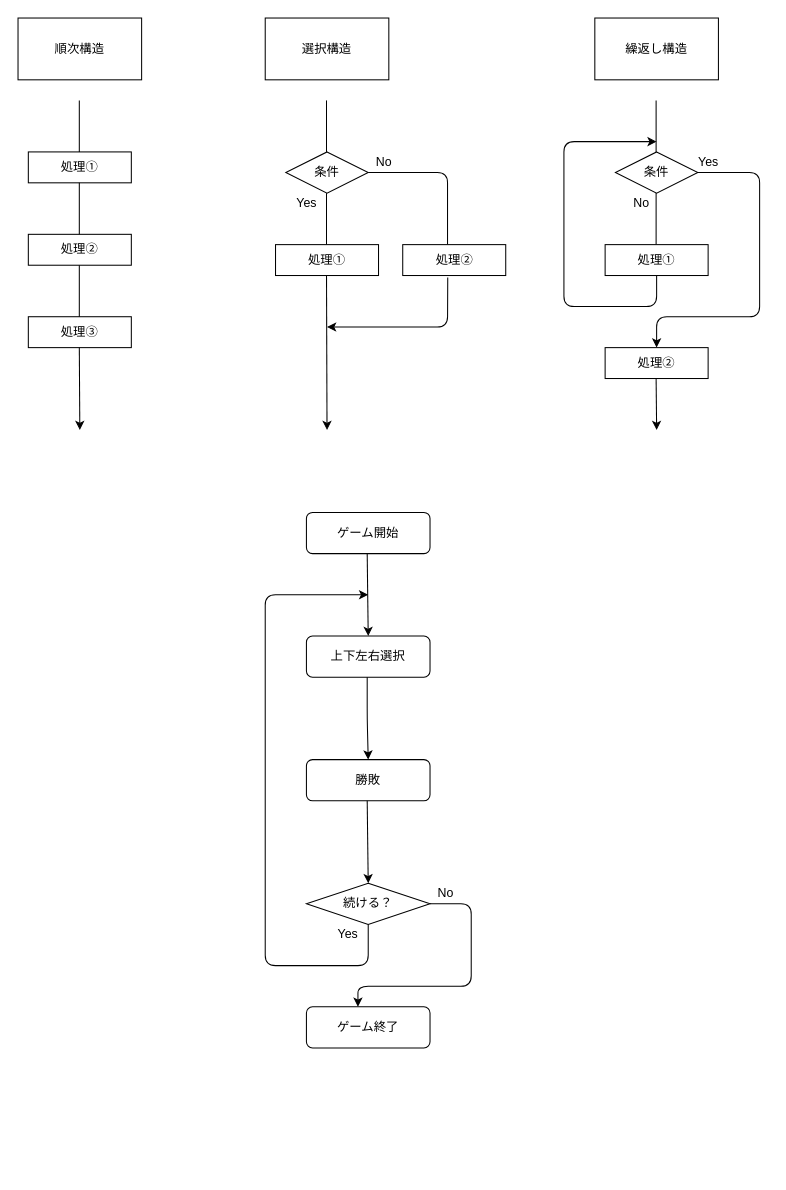
The draw.io diagram programing_structures.drawio in Ikko-T/Game-1, before the edit. Source tidied: cells renumbered, new cells numbered last; positions are measured from the earlier drawing's top-left corner, leaving out a move shared by most shapes. Both pictures are drawn from the tidied source at 103%, with x=0, y=0 at pixel (18, 18).
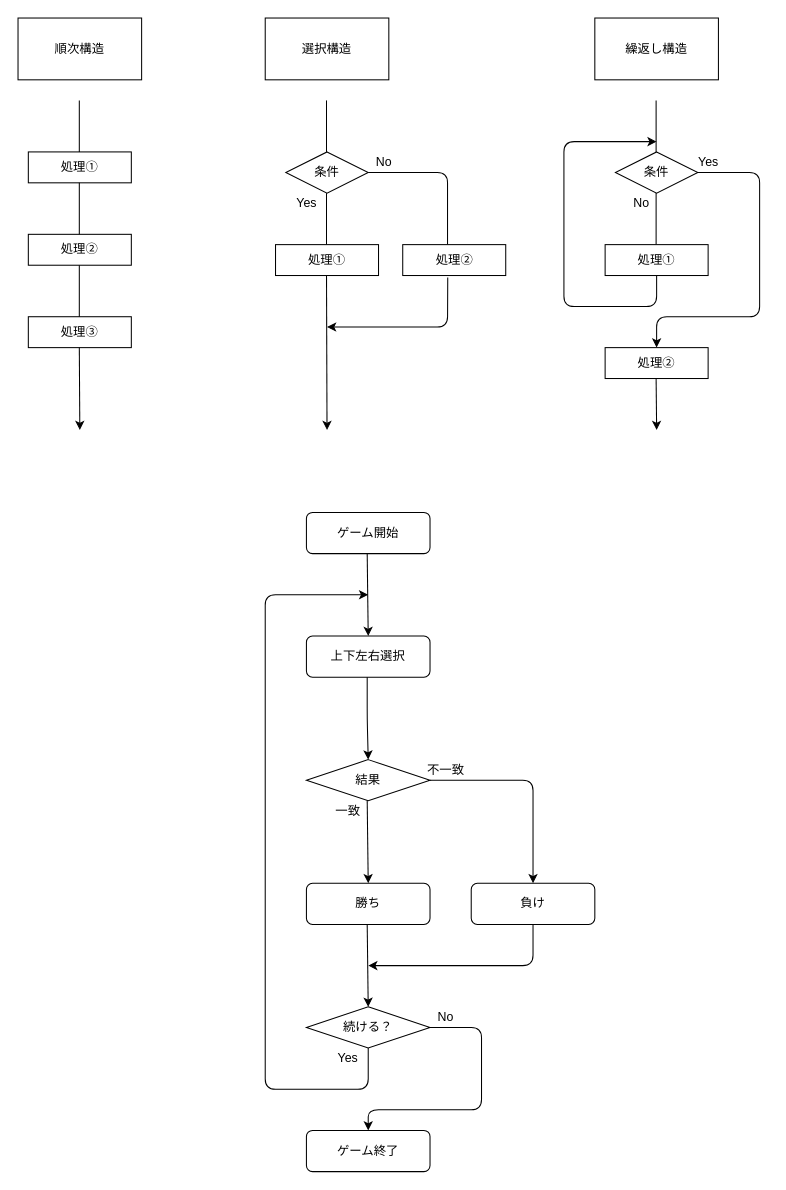
The same diagram, later.

Commit message:
Revised a flow-chart.

The edit, as a diff of the source:
```diff
@@
-    <mxCell id="34" value="勝敗" style="rounded=1;whiteSpace=wrap;html=1;" parent="1" vertex="1">
-      <mxGeometry x="280" y="720" width="120" height="40" as="geometry" />
+    <mxCell id="34" value="負け" style="rounded=1;whiteSpace=wrap;html=1;" parent="1" vertex="1">
+      <mxGeometry x="440" y="840" width="120" height="40" as="geometry" />
     </mxCell>
     <mxCell id="35" value="ゲーム終了" style="rounded=1;whiteSpace=wrap;html=1;" parent="1" vertex="1">
-      <mxGeometry x="280" y="960" width="120" height="40" as="geometry" />
+      <mxGeometry x="280" y="1080" width="120" height="40" as="geometry" />
     </mxCell>
     <mxCell id="36" value="続ける？" style="rhombus;whiteSpace=wrap;html=1;" parent="1" vertex="1">
-      <mxGeometry x="280" y="840" width="120" height="40" as="geometry" />
+      <mxGeometry x="280" y="960" width="120" height="40" as="geometry" />
     </mxCell>
     <mxCell id="37" style="endArrow=classic;html=1;exitX=0.5;exitY=1;exitDx=0;exitDy=0;" parent="1" edge="1" source="36">
       <mxGeometry relative="1" as="geometry">
         <mxPoint x="340" y="560" as="targetPoint" />
         <Array as="points">
-          <mxPoint x="340" y="920" />
-          <mxPoint x="240" y="920" />
+          <mxPoint x="340" y="1040" />
+          <mxPoint x="240" y="1040" />
           <mxPoint x="240" y="560" />
         </Array>
       </mxGeometry>
     </mxCell>
-    <mxCell id="38" style="endArrow=classic;html=1;entryX=0.5;entryY=0;entryDx=0;entryDy=0;" parent="1" edge="1" target="36">
+    <mxCell id="38" style="endArrow=classic;html=1;" parent="1" edge="1">
       <mxGeometry relative="1" as="geometry">
         <mxPoint x="339" y="760" as="sourcePoint" />
+        <mxPoint x="340" y="840" as="targetPoint" />
       </mxGeometry>
     </mxCell>
-    <mxCell id="39" style="endArrow=classic;html=1;entryX=0.5;entryY=0;entryDx=0;entryDy=0;" parent="1" edge="1" target="34">
+    <mxCell id="39" style="endArrow=classic;html=1;entryX=0.5;entryY=0;entryDx=0;entryDy=0;" parent="1" edge="1" target="45">
       <mxGeometry relative="1" as="geometry">
         <mxPoint x="339" y="640" as="sourcePoint" />
         <Array as="points">
           <mxPoint x="339" y="680" />
         </Array>
       </mxGeometry>
     </mxCell>
@@
-    <mxCell id="41" style="endArrow=classic;html=1;entryX=0.417;entryY=0;entryDx=0;entryDy=0;entryPerimeter=0;" parent="1" edge="1" target="35">
+    <mxCell id="41" style="endArrow=classic;html=1;exitX=1;exitY=0.5;exitDx=0;exitDy=0;" parent="1" edge="1" source="36">
       <mxGeometry relative="1" as="geometry">
-        <mxPoint x="400" y="860" as="sourcePoint" />
+        <mxPoint x="340" y="1080" as="targetPoint" />
         <Array as="points">
-          <mxPoint x="440" y="860" />
-          <mxPoint x="440" y="940" />
-          <mxPoint x="330" y="940" />
+          <mxPoint x="450" y="980" />
+          <mxPoint x="450" y="1060" />
+          <mxPoint x="340" y="1060" />
         </Array>
       </mxGeometry>
     </mxCell>
     <mxCell id="42" value="No" style="text;html=1;align=center;verticalAlign=middle;" parent="1" vertex="1">
-      <mxGeometry x="400" y="840" width="30" height="20" as="geometry" />
+      <mxGeometry x="400" y="960" width="30" height="20" as="geometry" />
     </mxCell>
     <mxCell id="43" value="Yes" style="text;html=1;align=center;verticalAlign=middle;" parent="1" vertex="1">
-      <mxGeometry x="300" y="880" width="40" height="20" as="geometry" />
+      <mxGeometry x="300" y="1000" width="40" height="20" as="geometry" />
     </mxCell>
+    <mxCell id="44" value="勝ち" style="rounded=1;whiteSpace=wrap;html=1;" parent="1" vertex="1">
+      <mxGeometry x="280" y="840" width="120" height="40" as="geometry" />
+    </mxCell>
+    <mxCell id="45" value="結果" style="rhombus;whiteSpace=wrap;html=1;" parent="1" vertex="1">
+      <mxGeometry x="280" y="720" width="120" height="40" as="geometry" />
+    </mxCell>
+    <mxCell id="46" style="endArrow=classic;html=1;" parent="1" edge="1">
+      <mxGeometry relative="1" as="geometry">
+        <mxPoint x="339" y="880" as="sourcePoint" />
+        <mxPoint x="340" y="960" as="targetPoint" />
+      </mxGeometry>
+    </mxCell>
+    <mxCell id="47" style="endArrow=classic;html=1;exitX=1;exitY=0.5;exitDx=0;exitDy=0;entryX=0.5;entryY=0;entryDx=0;entryDy=0;" parent="1" edge="1" source="45" target="34">
+      <mxGeometry relative="1" as="geometry">
+        <Array as="points">
+          <mxPoint x="500" y="740" />
+        </Array>
+      </mxGeometry>
+    </mxCell>
+    <mxCell id="48" style="endArrow=classic;html=1;exitX=0.5;exitY=1;exitDx=0;exitDy=0;" parent="1" edge="1" source="34">
+      <mxGeometry relative="1" as="geometry">
+        <mxPoint x="340" y="920" as="targetPoint" />
+        <Array as="points">
+          <mxPoint x="500" y="920" />
+        </Array>
+      </mxGeometry>
+    </mxCell>
+    <mxCell id="49" value="一致" style="text;html=1;align=center;verticalAlign=middle;" parent="1" vertex="1">
+      <mxGeometry x="300" y="760" width="40" height="20" as="geometry" />
+    </mxCell>
+    <mxCell id="50" value="不一致" style="text;html=1;align=center;verticalAlign=middle;" parent="1" vertex="1">
+      <mxGeometry x="390" y="720" width="50" height="20" as="geometry" />
+    </mxCell>
```
